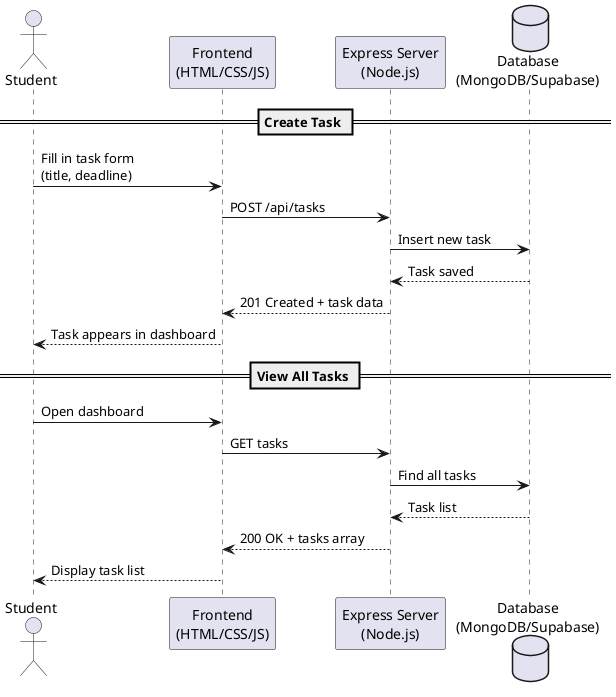
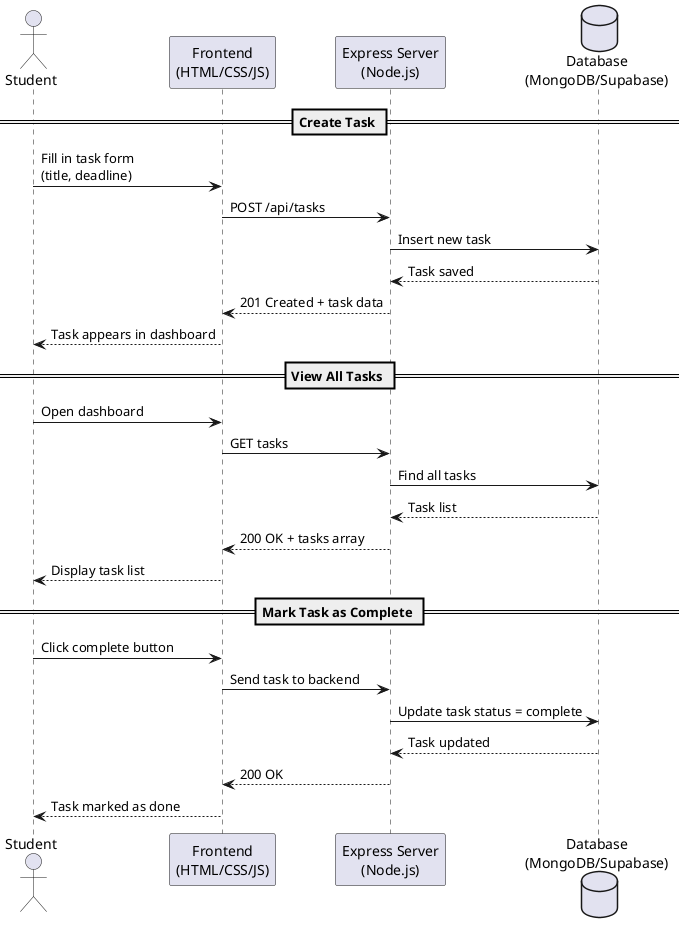
@startuml

actor Student
participant "Frontend\n(HTML/CSS/JS)" as Frontend
participant "Express Server\n(Node.js)" as Backend
database "Database\n(MongoDB/Supabase)" as DB

== Create Task ==
Student -> Frontend: Fill in task form\n(title, deadline)
Frontend -> Backend: POST /api/tasks
Backend -> DB: Insert new task
DB --> Backend: Task saved
Backend --> Frontend: 201 Created + task data
Frontend --> Student: Task appears in dashboard

== View All Tasks ==
Student -> Frontend: Open dashboard
Frontend -> Backend: GET tasks
Backend -> DB: Find all tasks
DB --> Backend: Task list
Backend --> Frontend: 200 OK + tasks array
Frontend --> Student: Display task list

+ == Mark Task as Complete ==
+ Student -> Frontend: Click complete button
+ Frontend -> Backend: Send task to backend
+ Backend -> DB: Update task status = complete
+ DB --> Backend: Task updated
+ Backend --> Frontend: 200 OK
+ Frontend --> Student: Task marked as done
+ 
@enduml